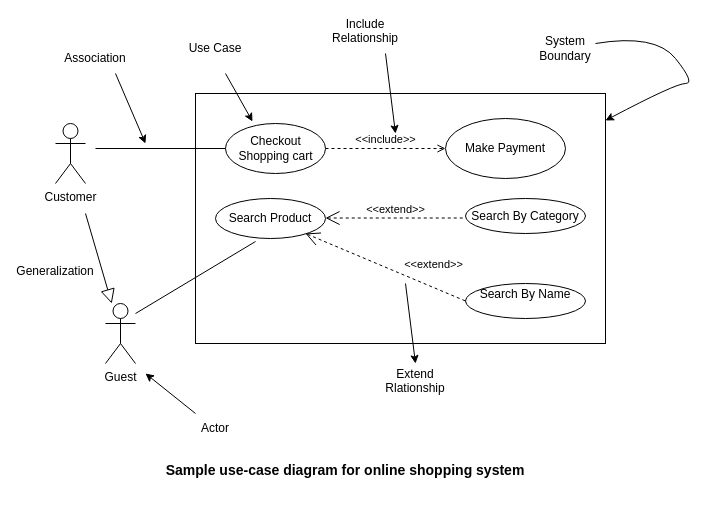
mdashikalikhan/OOP keeps this draw.io diagram as shopping_cart.drawio. Above is the earlier version. Source tidied: cells renumbered, new cells numbered last; positions are measured from the earlier drawing's top-left corner, leaving out a move shared by most shapes. Both pictures are drawn from the tidied source at 100%, with x=0, y=0 at pixel (25, 23).
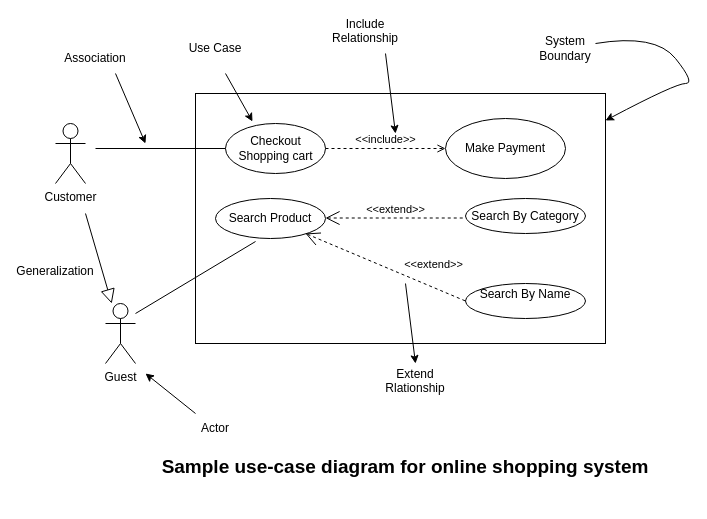
Above is the later version.

What changed in the source:
```diff
@@
-    <mxCell id="29" value="&lt;div style=&quot;font-size: 14px;&quot;&gt;Sample use-case diagram for online shopping system&lt;/div&gt;&lt;div style=&quot;font-size: 14px;&quot;&gt;&lt;br style=&quot;font-size: 14px;&quot;&gt;&lt;/div&gt;" style="text;html=1;strokeColor=none;fillColor=none;align=center;verticalAlign=middle;whiteSpace=wrap;rounded=0;fontStyle=1;fontSize=14;" parent="1" vertex="1">
-      <mxGeometry x="110" y="440" width="420" height="30" as="geometry" />
+    <mxCell id="29" value="&lt;div style=&quot;font-size: 19px;&quot;&gt;Sample use-case diagram for online shopping system&lt;/div&gt;&lt;div style=&quot;font-size: 19px;&quot;&gt;&lt;br style=&quot;font-size: 19px;&quot;&gt;&lt;/div&gt;" style="text;html=1;strokeColor=none;fillColor=none;align=center;verticalAlign=middle;whiteSpace=wrap;rounded=0;fontStyle=1;fontSize=19;" parent="1" vertex="1">
+      <mxGeometry x="110" y="440" width="540" height="30" as="geometry" />
     </mxCell>
```
